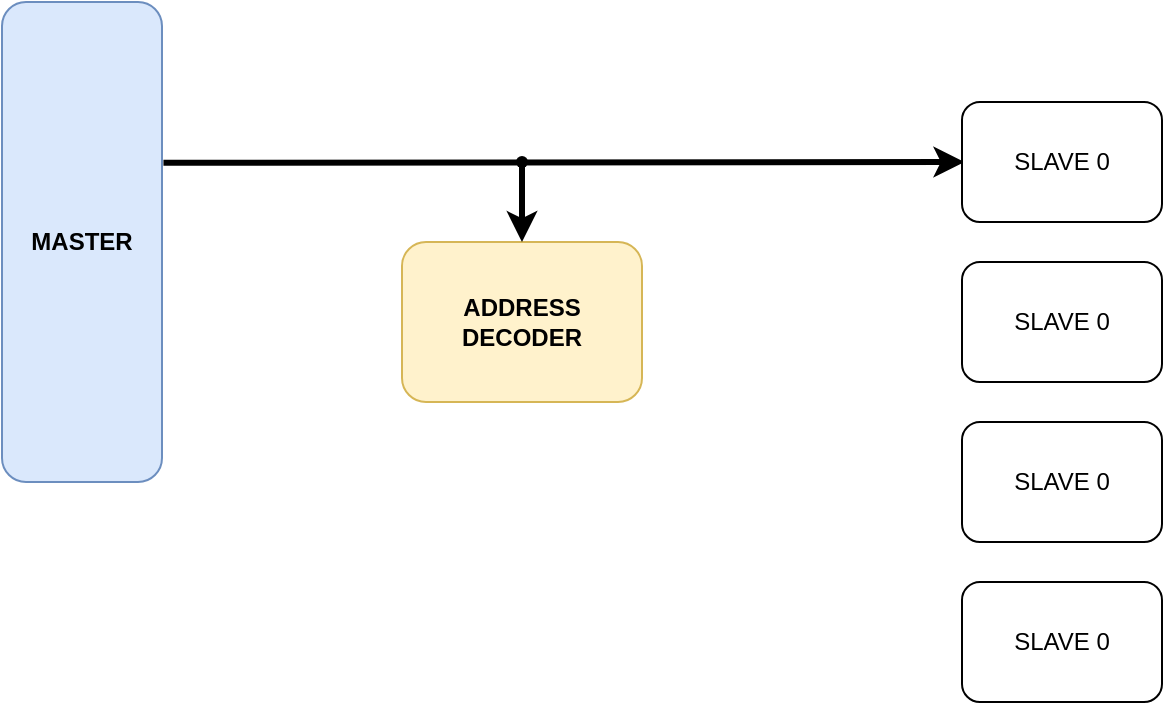
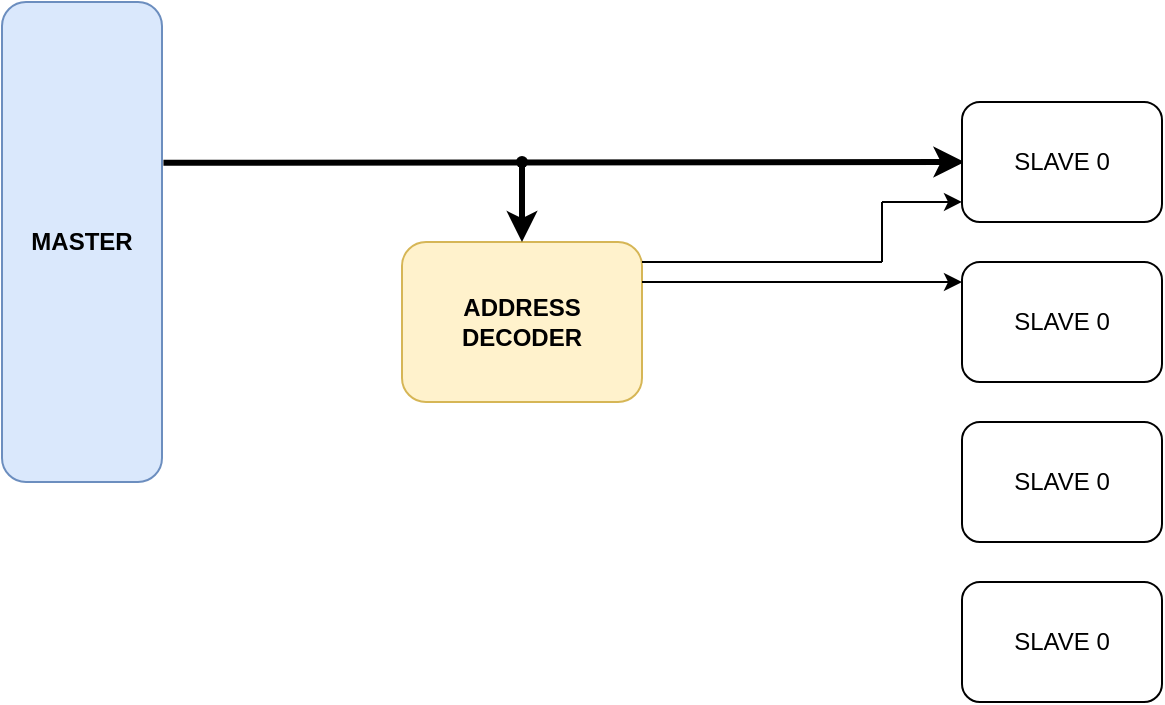
<mxfile host="app.diagrams.net" agent="Mozilla/5.0 (Windows NT 10.0; Win64; x64) AppleWebKit/537.36 (KHTML, like Gecko) Chrome/144.0.0.0 Safari/537.36 Edg/144.0.0.0" pages="4">
  <diagram id="00dOMP4ly3Yvcw6Omt_P" name="AHB Block Diagram">
-     <mxGraphModel dx="437" dy="631" grid="1" gridSize="10" guides="1" tooltips="1" connect="1" arrows="1" fold="1" page="1" pageScale="1" pageWidth="850" pageHeight="1100" math="0" shadow="0">
+     <mxGraphModel dx="176" dy="254" grid="1" gridSize="10" guides="1" tooltips="1" connect="1" arrows="1" fold="1" page="1" pageScale="1" pageWidth="850" pageHeight="1100" math="0" shadow="0">
      <root>
        <mxCell id="0" />
        <mxCell id="1" parent="0" />
        <mxCell id="WVtcaOnAu4kVJNJomXHp-1" parent="1" style="rounded=1;whiteSpace=wrap;html=1;fillColor=#dae8fc;strokeColor=#6c8ebf;" value="&lt;b&gt;MASTER&lt;/b&gt;" vertex="1">
          <mxGeometry height="240" width="80" x="80" y="160" as="geometry" />
        </mxCell>
        <mxCell id="WVtcaOnAu4kVJNJomXHp-3" parent="1" style="rounded=1;whiteSpace=wrap;html=1;fillColor=#fff2cc;strokeColor=#d6b656;" value="&lt;b&gt;ADDRESS DECODER&lt;/b&gt;" vertex="1">
          <mxGeometry height="80" width="120" x="280" y="280" as="geometry" />
        </mxCell>
        <mxCell id="WVtcaOnAu4kVJNJomXHp-4" edge="1" parent="1" source="WVtcaOnAu4kVJNJomXHp-1" style="endArrow=classic;html=1;rounded=0;exitX=1.009;exitY=0.335;exitDx=0;exitDy=0;exitPerimeter=0;strokeWidth=3;" value="">
          <mxGeometry height="50" relative="1" width="50" as="geometry">
            <mxPoint x="170" y="240" as="sourcePoint" />
            <mxPoint x="561.2" y="240" as="targetPoint" />
          </mxGeometry>
        </mxCell>
        <mxCell id="WVtcaOnAu4kVJNJomXHp-5" edge="1" parent="1" source="WVtcaOnAu4kVJNJomXHp-6" style="endArrow=classic;html=1;rounded=0;entryX=0.5;entryY=0;entryDx=0;entryDy=0;strokeWidth=3;" target="WVtcaOnAu4kVJNJomXHp-3" value="">
          <mxGeometry height="50" relative="1" width="50" as="geometry">
            <mxPoint x="340" y="240" as="sourcePoint" />
            <mxPoint x="390" y="190" as="targetPoint" />
          </mxGeometry>
        </mxCell>
        <mxCell id="WVtcaOnAu4kVJNJomXHp-6" parent="1" style="shape=waypoint;sketch=0;fillStyle=solid;size=6;pointerEvents=1;points=[];fillColor=none;resizable=0;rotatable=0;perimeter=centerPerimeter;snapToPoint=1;" value="" vertex="1">
          <mxGeometry height="20" width="20" x="330" y="230" as="geometry" />
        </mxCell>
        <mxCell id="WVtcaOnAu4kVJNJomXHp-7" parent="1" style="rounded=1;whiteSpace=wrap;html=1;" value="SLAVE 0" vertex="1">
          <mxGeometry height="60" width="100" x="560" y="210" as="geometry" />
        </mxCell>
        <mxCell id="WVtcaOnAu4kVJNJomXHp-8" parent="1" style="rounded=1;whiteSpace=wrap;html=1;" value="SLAVE 0" vertex="1">
          <mxGeometry height="60" width="100" x="560" y="290" as="geometry" />
        </mxCell>
        <mxCell id="WVtcaOnAu4kVJNJomXHp-9" parent="1" style="rounded=1;whiteSpace=wrap;html=1;" value="SLAVE 0" vertex="1">
          <mxGeometry height="60" width="100" x="560" y="370" as="geometry" />
        </mxCell>
        <mxCell id="WVtcaOnAu4kVJNJomXHp-10" parent="1" style="rounded=1;whiteSpace=wrap;html=1;" value="SLAVE 0" vertex="1">
          <mxGeometry height="60" width="100" x="560" y="450" as="geometry" />
+         </mxCell>
+         <mxCell id="WVtcaOnAu4kVJNJomXHp-11" edge="1" parent="1" source="WVtcaOnAu4kVJNJomXHp-3" style="endArrow=none;html=1;rounded=0;exitX=1;exitY=0.125;exitDx=0;exitDy=0;exitPerimeter=0;" value="">
+           <mxGeometry height="50" relative="1" width="50" as="geometry">
+             <mxPoint x="410" y="290" as="sourcePoint" />
+             <mxPoint x="520" y="290" as="targetPoint" />
+           </mxGeometry>
+         </mxCell>
+         <mxCell id="WVtcaOnAu4kVJNJomXHp-12" edge="1" parent="1" style="endArrow=none;html=1;rounded=0;" value="">
+           <mxGeometry height="50" relative="1" width="50" as="geometry">
+             <mxPoint x="520" y="290" as="sourcePoint" />
+             <mxPoint x="520" y="260" as="targetPoint" />
+           </mxGeometry>
+         </mxCell>
+         <mxCell id="WVtcaOnAu4kVJNJomXHp-13" edge="1" parent="1" style="endArrow=classic;html=1;rounded=0;entryX=0;entryY=0.833;entryDx=0;entryDy=0;entryPerimeter=0;" target="WVtcaOnAu4kVJNJomXHp-7" value="">
+           <mxGeometry height="50" relative="1" width="50" as="geometry">
+             <mxPoint x="520" y="260" as="sourcePoint" />
+             <mxPoint x="540" y="260" as="targetPoint" />
+           </mxGeometry>
+         </mxCell>
+         <mxCell id="WVtcaOnAu4kVJNJomXHp-16" edge="1" parent="1" style="endArrow=classic;html=1;rounded=0;entryX=0;entryY=0.167;entryDx=0;entryDy=0;entryPerimeter=0;" target="WVtcaOnAu4kVJNJomXHp-8" value="">
+           <mxGeometry height="50" relative="1" width="50" as="geometry">
+             <mxPoint x="400" y="300" as="sourcePoint" />
+             <mxPoint x="490" y="300" as="targetPoint" />
+           </mxGeometry>
        </mxCell>
      </root>
    </mxGraphModel>
  </diagram>
  <diagram name="AHB Interface" id="AxdGKtdG9Rmgfqjtrl1U">
    <mxGraphModel dx="2046" dy="1106" grid="1" gridSize="10" guides="1" tooltips="1" connect="1" arrows="1" fold="1" page="1" pageScale="1" pageWidth="850" pageHeight="1100" math="0" shadow="0">
      <root>
        <mxCell id="0" />
        <mxCell id="1" parent="0" />
        <mxCell id="BZ9neWvH9tw47nREzwFn-1" parent="1" style="rounded=0;whiteSpace=wrap;html=1;" value="&lt;font style=&quot;font-size: 16px;&quot;&gt;&lt;b&gt;Manager&lt;/b&gt;&lt;/font&gt;" vertex="1">
          <mxGeometry height="200" width="120" x="400" y="80" as="geometry" />
        </mxCell>
        <mxCell id="BZ9neWvH9tw47nREzwFn-2" edge="1" parent="1" style="endArrow=classic;html=1;rounded=0;" value="">
          <mxGeometry height="50" relative="1" width="50" as="geometry">
            <mxPoint x="360" y="100" as="sourcePoint" />
            <mxPoint x="400" y="100" as="targetPoint" />
          </mxGeometry>
        </mxCell>
        <mxCell id="BZ9neWvH9tw47nREzwFn-3" edge="1" parent="1" style="endArrow=classic;html=1;rounded=0;" value="">
          <mxGeometry height="50" relative="1" width="50" as="geometry">
            <mxPoint x="360" y="120" as="sourcePoint" />
            <mxPoint x="400" y="120" as="targetPoint" />
          </mxGeometry>
        </mxCell>
        <mxCell id="BZ9neWvH9tw47nREzwFn-4" parent="1" style="text;html=1;whiteSpace=wrap;strokeColor=none;fillColor=none;align=center;verticalAlign=middle;rounded=0;fontStyle=1" value="HCLK" vertex="1">
          <mxGeometry height="20" width="40" x="320" y="90" as="geometry" />
        </mxCell>
        <mxCell id="BZ9neWvH9tw47nREzwFn-5" parent="1" style="text;html=1;whiteSpace=wrap;strokeColor=none;fillColor=none;align=center;verticalAlign=middle;rounded=0;fontStyle=1" value="HRESETn" vertex="1">
          <mxGeometry height="20" width="60" x="300" y="110" as="geometry" />
        </mxCell>
        <mxCell id="BZ9neWvH9tw47nREzwFn-6" parent="1" style="text;html=1;whiteSpace=wrap;strokeColor=none;fillColor=none;align=center;verticalAlign=middle;rounded=0;fontStyle=1" value="HREADY" vertex="1">
          <mxGeometry height="20" width="60" x="300" y="150" as="geometry" />
        </mxCell>
        <mxCell id="BZ9neWvH9tw47nREzwFn-7" edge="1" parent="1" style="endArrow=classic;html=1;rounded=0;" value="">
          <mxGeometry height="50" relative="1" width="50" as="geometry">
            <mxPoint x="360" y="160" as="sourcePoint" />
            <mxPoint x="400" y="160" as="targetPoint" />
          </mxGeometry>
        </mxCell>
        <mxCell id="BZ9neWvH9tw47nREzwFn-8" edge="1" parent="1" style="endArrow=classic;html=1;rounded=0;" value="">
          <mxGeometry height="50" relative="1" width="50" as="geometry">
            <mxPoint x="360" y="180" as="sourcePoint" />
            <mxPoint x="400" y="180" as="targetPoint" />
          </mxGeometry>
        </mxCell>
        <mxCell id="BZ9neWvH9tw47nREzwFn-9" parent="1" style="text;html=1;whiteSpace=wrap;strokeColor=none;fillColor=none;align=center;verticalAlign=middle;rounded=0;fontStyle=1" value="HSELx" vertex="1">
          <mxGeometry height="20" width="60" x="310" y="430" as="geometry" />
        </mxCell>
        <mxCell id="BZ9neWvH9tw47nREzwFn-10" edge="1" parent="1" style="endArrow=classic;html=1;rounded=0;" value="">
          <mxGeometry height="50" relative="1" width="50" as="geometry">
            <mxPoint x="360" y="260" as="sourcePoint" />
            <mxPoint x="400" y="260" as="targetPoint" />
          </mxGeometry>
        </mxCell>
        <mxCell id="BZ9neWvH9tw47nREzwFn-11" parent="1" style="text;html=1;whiteSpace=wrap;strokeColor=none;fillColor=none;align=center;verticalAlign=middle;rounded=0;fontStyle=1" value="HRDATA[31:0]" vertex="1">
          <mxGeometry height="20" width="90" x="270" y="250" as="geometry" />
        </mxCell>
        <mxCell id="BZ9neWvH9tw47nREzwFn-12" edge="1" parent="1" style="endArrow=classic;html=1;rounded=0;" value="">
          <mxGeometry height="50" relative="1" width="50" as="geometry">
            <mxPoint x="520" y="99.83" as="sourcePoint" />
            <mxPoint x="560" y="99.83" as="targetPoint" />
          </mxGeometry>
        </mxCell>
        <mxCell id="BZ9neWvH9tw47nREzwFn-13" edge="1" parent="1" style="endArrow=classic;html=1;rounded=0;" value="">
          <mxGeometry height="50" relative="1" width="50" as="geometry">
            <mxPoint x="520" y="119.83" as="sourcePoint" />
            <mxPoint x="560" y="119.83" as="targetPoint" />
          </mxGeometry>
        </mxCell>
        <mxCell id="BZ9neWvH9tw47nREzwFn-14" edge="1" parent="1" style="endArrow=classic;html=1;rounded=0;" value="">
          <mxGeometry height="50" relative="1" width="50" as="geometry">
            <mxPoint x="520" y="159.83" as="sourcePoint" />
            <mxPoint x="560" y="159.83" as="targetPoint" />
          </mxGeometry>
        </mxCell>
        <mxCell id="BZ9neWvH9tw47nREzwFn-15" edge="1" parent="1" style="endArrow=classic;html=1;rounded=0;" value="">
          <mxGeometry height="50" relative="1" width="50" as="geometry">
            <mxPoint x="520" y="140" as="sourcePoint" />
            <mxPoint x="560" y="140" as="targetPoint" />
          </mxGeometry>
        </mxCell>
        <mxCell id="BZ9neWvH9tw47nREzwFn-16" edge="1" parent="1" style="endArrow=classic;html=1;rounded=0;" value="">
          <mxGeometry height="50" relative="1" width="50" as="geometry">
            <mxPoint x="520" y="179.83" as="sourcePoint" />
            <mxPoint x="560" y="179.83" as="targetPoint" />
          </mxGeometry>
        </mxCell>
        <mxCell id="BZ9neWvH9tw47nREzwFn-17" edge="1" parent="1" style="endArrow=classic;html=1;rounded=0;" value="">
          <mxGeometry height="50" relative="1" width="50" as="geometry">
            <mxPoint x="520" y="200" as="sourcePoint" />
            <mxPoint x="560" y="200" as="targetPoint" />
          </mxGeometry>
        </mxCell>
        <mxCell id="BZ9neWvH9tw47nREzwFn-18" parent="1" style="text;html=1;whiteSpace=wrap;strokeColor=none;fillColor=none;align=center;verticalAlign=middle;rounded=0;fontStyle=1" value="HADDR[31:0]" vertex="1">
          <mxGeometry height="20" width="80" x="560" y="90" as="geometry" />
        </mxCell>
        <mxCell id="BZ9neWvH9tw47nREzwFn-19" parent="1" style="text;html=1;whiteSpace=wrap;strokeColor=none;fillColor=none;align=center;verticalAlign=middle;rounded=0;fontStyle=1" value="HWRITE" vertex="1">
          <mxGeometry height="20" width="60" x="560" y="110" as="geometry" />
        </mxCell>
        <mxCell id="BZ9neWvH9tw47nREzwFn-20" parent="1" style="text;html=1;whiteSpace=wrap;strokeColor=none;fillColor=none;align=center;verticalAlign=middle;rounded=0;fontStyle=1" value="HSIZE[2:0]" vertex="1">
          <mxGeometry height="20" width="70" x="560" y="130" as="geometry" />
        </mxCell>
        <mxCell id="BZ9neWvH9tw47nREzwFn-21" parent="1" style="text;html=1;whiteSpace=wrap;strokeColor=none;fillColor=none;align=center;verticalAlign=middle;rounded=0;fontStyle=1" value="HBURST[2:0]" vertex="1">
          <mxGeometry height="20" width="80" x="560" y="150" as="geometry" />
        </mxCell>
        <mxCell id="BZ9neWvH9tw47nREzwFn-22" parent="1" style="text;html=1;whiteSpace=wrap;strokeColor=none;fillColor=none;align=center;verticalAlign=middle;rounded=0;fontStyle=1" value="HPROT[3:0]" vertex="1">
          <mxGeometry height="20" width="80" x="560" y="170" as="geometry" />
        </mxCell>
        <mxCell id="BZ9neWvH9tw47nREzwFn-23" parent="1" style="text;html=1;whiteSpace=wrap;strokeColor=none;fillColor=none;align=center;verticalAlign=middle;rounded=0;fontStyle=1" value="HTRANS[1:0]" vertex="1">
          <mxGeometry height="20" width="80" x="560" y="190" as="geometry" />
        </mxCell>
        <mxCell id="BZ9neWvH9tw47nREzwFn-24" edge="1" parent="1" style="endArrow=classic;html=1;rounded=0;" value="">
          <mxGeometry height="50" relative="1" width="50" as="geometry">
            <mxPoint x="520" y="220" as="sourcePoint" />
            <mxPoint x="560" y="220" as="targetPoint" />
          </mxGeometry>
        </mxCell>
        <mxCell id="BZ9neWvH9tw47nREzwFn-25" parent="1" style="text;html=1;whiteSpace=wrap;strokeColor=none;fillColor=none;align=center;verticalAlign=middle;rounded=0;fontStyle=1" value="HMASTLOCK" vertex="1">
          <mxGeometry height="20" width="80" x="560" y="210" as="geometry" />
        </mxCell>
        <mxCell id="BZ9neWvH9tw47nREzwFn-26" edge="1" parent="1" style="endArrow=classic;html=1;rounded=0;" value="">
          <mxGeometry height="50" relative="1" width="50" as="geometry">
            <mxPoint x="520" y="259.8" as="sourcePoint" />
            <mxPoint x="560" y="259.8" as="targetPoint" />
          </mxGeometry>
        </mxCell>
        <mxCell id="BZ9neWvH9tw47nREzwFn-30" parent="1" style="text;html=1;whiteSpace=wrap;strokeColor=none;fillColor=none;align=center;verticalAlign=middle;rounded=0;fontStyle=1" value="HWDATA[31:0]" vertex="1">
          <mxGeometry height="20" width="95" x="555" y="250" as="geometry" />
        </mxCell>
        <mxCell id="BZ9neWvH9tw47nREzwFn-31" parent="1" style="rounded=0;whiteSpace=wrap;html=1;" value="&lt;font style=&quot;font-size: 16px;&quot;&gt;&lt;b&gt;Slave&lt;/b&gt;&lt;/font&gt;" vertex="1">
          <mxGeometry height="320" width="120" x="400" y="360" as="geometry" />
        </mxCell>
        <mxCell id="BZ9neWvH9tw47nREzwFn-32" edge="1" parent="1" style="endArrow=classic;html=1;rounded=0;" value="">
          <mxGeometry height="50" relative="1" width="50" as="geometry">
            <mxPoint x="360" y="489.83" as="sourcePoint" />
            <mxPoint x="400" y="489.83" as="targetPoint" />
          </mxGeometry>
        </mxCell>
        <mxCell id="BZ9neWvH9tw47nREzwFn-33" edge="1" parent="1" style="endArrow=classic;html=1;rounded=0;" value="">
          <mxGeometry height="50" relative="1" width="50" as="geometry">
            <mxPoint x="360" y="509.83" as="sourcePoint" />
            <mxPoint x="400" y="509.83" as="targetPoint" />
          </mxGeometry>
        </mxCell>
        <mxCell id="BZ9neWvH9tw47nREzwFn-34" edge="1" parent="1" style="endArrow=classic;html=1;rounded=0;" value="">
          <mxGeometry height="50" relative="1" width="50" as="geometry">
            <mxPoint x="360" y="549.83" as="sourcePoint" />
            <mxPoint x="400" y="549.83" as="targetPoint" />
          </mxGeometry>
        </mxCell>
        <mxCell id="BZ9neWvH9tw47nREzwFn-35" edge="1" parent="1" style="endArrow=classic;html=1;rounded=0;" value="">
          <mxGeometry height="50" relative="1" width="50" as="geometry">
            <mxPoint x="360" y="530" as="sourcePoint" />
            <mxPoint x="400" y="530" as="targetPoint" />
          </mxGeometry>
        </mxCell>
        <mxCell id="BZ9neWvH9tw47nREzwFn-36" edge="1" parent="1" style="endArrow=classic;html=1;rounded=0;" value="">
          <mxGeometry height="50" relative="1" width="50" as="geometry">
            <mxPoint x="360" y="569.83" as="sourcePoint" />
            <mxPoint x="400" y="569.83" as="targetPoint" />
          </mxGeometry>
        </mxCell>
        <mxCell id="BZ9neWvH9tw47nREzwFn-37" edge="1" parent="1" style="endArrow=classic;html=1;rounded=0;" value="">
          <mxGeometry height="50" relative="1" width="50" as="geometry">
            <mxPoint x="360" y="590" as="sourcePoint" />
            <mxPoint x="400" y="590" as="targetPoint" />
          </mxGeometry>
        </mxCell>
        <mxCell id="BZ9neWvH9tw47nREzwFn-38" parent="1" style="text;html=1;whiteSpace=wrap;strokeColor=none;fillColor=none;align=center;verticalAlign=middle;rounded=0;fontStyle=1" value="HADDR[31:0]" vertex="1">
          <mxGeometry height="20" width="80" x="275" y="480" as="geometry" />
        </mxCell>
        <mxCell id="BZ9neWvH9tw47nREzwFn-39" parent="1" style="text;html=1;whiteSpace=wrap;strokeColor=none;fillColor=none;align=center;verticalAlign=middle;rounded=0;fontStyle=1" value="HWRITE" vertex="1">
          <mxGeometry height="20" width="60" x="275" y="500" as="geometry" />
        </mxCell>
        <mxCell id="BZ9neWvH9tw47nREzwFn-40" parent="1" style="text;html=1;whiteSpace=wrap;strokeColor=none;fillColor=none;align=center;verticalAlign=middle;rounded=0;fontStyle=1" value="HSIZE[2:0]" vertex="1">
          <mxGeometry height="20" width="70" x="275" y="520" as="geometry" />
        </mxCell>
        <mxCell id="BZ9neWvH9tw47nREzwFn-41" parent="1" style="text;html=1;whiteSpace=wrap;strokeColor=none;fillColor=none;align=center;verticalAlign=middle;rounded=0;fontStyle=1" value="HBURST[2:0]" vertex="1">
          <mxGeometry height="20" width="80" x="275" y="540" as="geometry" />
        </mxCell>
        <mxCell id="BZ9neWvH9tw47nREzwFn-42" parent="1" style="text;html=1;whiteSpace=wrap;strokeColor=none;fillColor=none;align=center;verticalAlign=middle;rounded=0;fontStyle=1" value="HPROT[3:0]" vertex="1">
          <mxGeometry height="20" width="80" x="275" y="560" as="geometry" />
        </mxCell>
        <mxCell id="BZ9neWvH9tw47nREzwFn-43" parent="1" style="text;html=1;whiteSpace=wrap;strokeColor=none;fillColor=none;align=center;verticalAlign=middle;rounded=0;fontStyle=1" value="HTRANS[1:0]" vertex="1">
          <mxGeometry height="20" width="80" x="275" y="580" as="geometry" />
        </mxCell>
        <mxCell id="BZ9neWvH9tw47nREzwFn-44" edge="1" parent="1" style="endArrow=classic;html=1;rounded=0;" value="">
          <mxGeometry height="50" relative="1" width="50" as="geometry">
            <mxPoint x="360" y="610" as="sourcePoint" />
            <mxPoint x="400" y="610" as="targetPoint" />
          </mxGeometry>
        </mxCell>
        <mxCell id="BZ9neWvH9tw47nREzwFn-45" parent="1" style="text;html=1;whiteSpace=wrap;strokeColor=none;fillColor=none;align=center;verticalAlign=middle;rounded=0;fontStyle=1" value="HMASTLOCK" vertex="1">
          <mxGeometry height="20" width="80" x="275" y="600" as="geometry" />
        </mxCell>
        <mxCell id="BZ9neWvH9tw47nREzwFn-46" edge="1" parent="1" style="endArrow=classic;html=1;rounded=0;" value="">
          <mxGeometry height="50" relative="1" width="50" as="geometry">
            <mxPoint x="360" y="649.8" as="sourcePoint" />
            <mxPoint x="400" y="649.8" as="targetPoint" />
          </mxGeometry>
        </mxCell>
        <mxCell id="BZ9neWvH9tw47nREzwFn-47" parent="1" style="text;html=1;whiteSpace=wrap;strokeColor=none;fillColor=none;align=center;verticalAlign=middle;rounded=0;fontStyle=1" value="HWDATA[31:0]" vertex="1">
          <mxGeometry height="20" width="95" x="270" y="640" as="geometry" />
        </mxCell>
        <mxCell id="BZ9neWvH9tw47nREzwFn-49" edge="1" parent="1" style="endArrow=classic;html=1;rounded=0;" value="">
          <mxGeometry height="50" relative="1" width="50" as="geometry">
            <mxPoint x="360" y="380" as="sourcePoint" />
            <mxPoint x="400" y="380" as="targetPoint" />
          </mxGeometry>
        </mxCell>
        <mxCell id="BZ9neWvH9tw47nREzwFn-50" edge="1" parent="1" style="endArrow=classic;html=1;rounded=0;" value="">
          <mxGeometry height="50" relative="1" width="50" as="geometry">
            <mxPoint x="360" y="400" as="sourcePoint" />
            <mxPoint x="400" y="400" as="targetPoint" />
          </mxGeometry>
        </mxCell>
        <mxCell id="BZ9neWvH9tw47nREzwFn-51" edge="1" parent="1" style="endArrow=classic;html=1;rounded=0;" value="">
          <mxGeometry height="50" relative="1" width="50" as="geometry">
            <mxPoint x="360" y="440" as="sourcePoint" />
            <mxPoint x="400" y="440" as="targetPoint" />
          </mxGeometry>
        </mxCell>
        <mxCell id="BZ9neWvH9tw47nREzwFn-52" parent="1" style="text;html=1;whiteSpace=wrap;strokeColor=none;fillColor=none;align=center;verticalAlign=middle;rounded=0;fontStyle=1" value="HCLK" vertex="1">
          <mxGeometry height="20" width="40" x="320" y="370" as="geometry" />
        </mxCell>
        <mxCell id="BZ9neWvH9tw47nREzwFn-53" parent="1" style="text;html=1;whiteSpace=wrap;strokeColor=none;fillColor=none;align=center;verticalAlign=middle;rounded=0;fontStyle=1" value="HRESETn" vertex="1">
          <mxGeometry height="20" width="60" x="300" y="390" as="geometry" />
        </mxCell>
        <mxCell id="BZ9neWvH9tw47nREzwFn-54" parent="1" style="shape=curlyBracket;whiteSpace=wrap;html=1;rounded=1;labelPosition=left;verticalLabelPosition=middle;align=right;verticalAlign=middle;" value="" vertex="1">
          <mxGeometry height="35" width="20" x="230" y="90" as="geometry" />
        </mxCell>
        <mxCell id="BZ9neWvH9tw47nREzwFn-55" parent="1" style="text;html=1;whiteSpace=wrap;strokeColor=none;fillColor=none;align=center;verticalAlign=middle;rounded=0;fontStyle=1" value="HRESP" vertex="1">
          <mxGeometry height="20" width="60" x="300" y="170" as="geometry" />
        </mxCell>
        <mxCell id="BZ9neWvH9tw47nREzwFn-56" parent="1" style="shape=curlyBracket;whiteSpace=wrap;html=1;rounded=1;labelPosition=left;verticalLabelPosition=middle;align=right;verticalAlign=middle;" value="" vertex="1">
          <mxGeometry height="140" width="20" x="230" y="480" as="geometry" />
        </mxCell>
        <mxCell id="BZ9neWvH9tw47nREzwFn-57" parent="1" style="shape=curlyBracket;whiteSpace=wrap;html=1;rounded=1;labelPosition=left;verticalLabelPosition=middle;align=right;verticalAlign=middle;rotation=-180;" value="" vertex="1">
          <mxGeometry height="135" width="20" x="650" y="90" as="geometry" />
        </mxCell>
        <mxCell id="BZ9neWvH9tw47nREzwFn-58" parent="1" style="text;html=1;whiteSpace=wrap;strokeColor=none;fillColor=none;align=center;verticalAlign=middle;rounded=0;fontStyle=1" value="&lt;span style=&quot;font-weight: normal;&quot;&gt;Global signals&lt;/span&gt;" vertex="1">
          <mxGeometry height="20" width="90" x="140" y="97.5" as="geometry" />
        </mxCell>
        <mxCell id="BZ9neWvH9tw47nREzwFn-59" parent="1" style="text;html=1;whiteSpace=wrap;strokeColor=none;fillColor=none;align=center;verticalAlign=middle;rounded=0;fontStyle=1" value="&lt;span style=&quot;font-weight: normal;&quot;&gt;Transfer response&lt;/span&gt;" vertex="1">
          <mxGeometry height="20" width="60" x="170" y="157.5" as="geometry" />
        </mxCell>
        <mxCell id="BZ9neWvH9tw47nREzwFn-60" parent="1" style="text;html=1;whiteSpace=wrap;strokeColor=none;fillColor=none;align=center;verticalAlign=middle;rounded=0;fontStyle=1" value="&lt;span style=&quot;font-weight: normal;&quot;&gt;Data&lt;/span&gt;" vertex="1">
          <mxGeometry height="20" width="60" x="170" y="250" as="geometry" />
        </mxCell>
        <mxCell id="BZ9neWvH9tw47nREzwFn-61" parent="1" style="text;html=1;whiteSpace=wrap;strokeColor=none;fillColor=none;align=center;verticalAlign=middle;rounded=0;fontStyle=1" value="&lt;span style=&quot;font-weight: normal;&quot;&gt;Address and control signals&lt;/span&gt;" vertex="1">
          <mxGeometry height="37.5" width="90" x="670" y="140" as="geometry" />
        </mxCell>
        <mxCell id="BZ9neWvH9tw47nREzwFn-62" parent="1" style="shape=curlyBracket;whiteSpace=wrap;html=1;rounded=1;labelPosition=left;verticalLabelPosition=middle;align=right;verticalAlign=middle;" value="" vertex="1">
          <mxGeometry height="35" width="20" x="230" y="150" as="geometry" />
        </mxCell>
        <mxCell id="BZ9neWvH9tw47nREzwFn-63" parent="1" style="text;html=1;whiteSpace=wrap;strokeColor=none;fillColor=none;align=center;verticalAlign=middle;rounded=0;fontStyle=1" value="&lt;span style=&quot;font-weight: normal;&quot;&gt;Address and control signals&lt;/span&gt;" vertex="1">
          <mxGeometry height="37.5" width="90" x="140" y="531" as="geometry" />
        </mxCell>
        <mxCell id="BZ9neWvH9tw47nREzwFn-64" parent="1" style="shape=curlyBracket;whiteSpace=wrap;html=1;rounded=1;labelPosition=left;verticalLabelPosition=middle;align=right;verticalAlign=middle;" value="" vertex="1">
          <mxGeometry height="35" width="20" x="230" y="375" as="geometry" />
        </mxCell>
        <mxCell id="BZ9neWvH9tw47nREzwFn-65" parent="1" style="text;html=1;whiteSpace=wrap;strokeColor=none;fillColor=none;align=center;verticalAlign=middle;rounded=0;fontStyle=1" value="&lt;span style=&quot;font-weight: normal;&quot;&gt;Global signals&lt;/span&gt;" vertex="1">
          <mxGeometry height="20" width="90" x="140" y="382.5" as="geometry" />
        </mxCell>
        <mxCell id="BZ9neWvH9tw47nREzwFn-66" parent="1" style="text;html=1;whiteSpace=wrap;strokeColor=none;fillColor=none;align=center;verticalAlign=middle;rounded=0;fontStyle=1" value="&lt;span style=&quot;font-weight: normal;&quot;&gt;Data&lt;/span&gt;" vertex="1">
          <mxGeometry height="20" width="60" x="670" y="250" as="geometry" />
        </mxCell>
        <mxCell id="BZ9neWvH9tw47nREzwFn-67" edge="1" parent="1" style="endArrow=classic;html=1;rounded=0;" value="">
          <mxGeometry height="50" relative="1" width="50" as="geometry">
            <mxPoint x="520" y="490" as="sourcePoint" />
            <mxPoint x="560" y="490" as="targetPoint" />
          </mxGeometry>
        </mxCell>
        <mxCell id="BZ9neWvH9tw47nREzwFn-68" edge="1" parent="1" style="endArrow=classic;html=1;rounded=0;" value="">
          <mxGeometry height="50" relative="1" width="50" as="geometry">
            <mxPoint x="520" y="510" as="sourcePoint" />
            <mxPoint x="560" y="510" as="targetPoint" />
          </mxGeometry>
        </mxCell>
        <mxCell id="BZ9neWvH9tw47nREzwFn-69" parent="1" style="text;html=1;whiteSpace=wrap;strokeColor=none;fillColor=none;align=center;verticalAlign=middle;rounded=0;fontStyle=1" value="HREADY" vertex="1">
          <mxGeometry height="20" width="60" x="560" y="480" as="geometry" />
        </mxCell>
        <mxCell id="BZ9neWvH9tw47nREzwFn-70" parent="1" style="text;html=1;whiteSpace=wrap;strokeColor=none;fillColor=none;align=center;verticalAlign=middle;rounded=0;fontStyle=1" value="HRESP" vertex="1">
          <mxGeometry height="20" width="60" x="560" y="500" as="geometry" />
        </mxCell>
        <mxCell id="BZ9neWvH9tw47nREzwFn-71" edge="1" parent="1" style="endArrow=classic;html=1;rounded=0;" value="">
          <mxGeometry height="50" relative="1" width="50" as="geometry">
            <mxPoint x="520" y="649.6600000000001" as="sourcePoint" />
            <mxPoint x="560" y="649.6600000000001" as="targetPoint" />
          </mxGeometry>
        </mxCell>
        <mxCell id="BZ9neWvH9tw47nREzwFn-72" parent="1" style="text;html=1;whiteSpace=wrap;strokeColor=none;fillColor=none;align=center;verticalAlign=middle;rounded=0;fontStyle=1" value="HRDATA[31:0]" vertex="1">
          <mxGeometry height="20" width="90" x="560" y="640" as="geometry" />
        </mxCell>
        <mxCell id="BZ9neWvH9tw47nREzwFn-73" parent="1" style="text;html=1;whiteSpace=wrap;strokeColor=none;fillColor=none;align=center;verticalAlign=middle;rounded=0;fontStyle=1" value="&lt;span style=&quot;font-weight: normal;&quot;&gt;Data&lt;/span&gt;" vertex="1">
          <mxGeometry height="20" width="60" x="155" y="640" as="geometry" />
        </mxCell>
        <mxCell id="BZ9neWvH9tw47nREzwFn-74" parent="1" style="text;html=1;whiteSpace=wrap;strokeColor=none;fillColor=none;align=center;verticalAlign=middle;rounded=0;fontStyle=1" value="&lt;span style=&quot;font-weight: normal;&quot;&gt;Data&lt;/span&gt;" vertex="1">
          <mxGeometry height="20" width="50" x="675" y="640" as="geometry" />
        </mxCell>
        <mxCell id="BZ9neWvH9tw47nREzwFn-75" parent="1" style="text;html=1;whiteSpace=wrap;strokeColor=none;fillColor=none;align=center;verticalAlign=middle;rounded=0;fontStyle=1" value="&lt;span style=&quot;font-weight: normal;&quot;&gt;Transfer response&lt;/span&gt;" vertex="1">
          <mxGeometry height="20" width="60" x="670" y="487.5" as="geometry" />
        </mxCell>
        <mxCell id="BZ9neWvH9tw47nREzwFn-76" parent="1" style="shape=curlyBracket;whiteSpace=wrap;html=1;rounded=1;labelPosition=left;verticalLabelPosition=middle;align=right;verticalAlign=middle;rotation=-180;" value="" vertex="1">
          <mxGeometry height="35" width="20" x="640" y="480" as="geometry" />
        </mxCell>
        <mxCell id="BZ9neWvH9tw47nREzwFn-77" parent="1" style="text;html=1;whiteSpace=wrap;strokeColor=none;fillColor=none;align=center;verticalAlign=middle;rounded=0;fontStyle=1" value="&lt;span style=&quot;font-weight: normal;&quot;&gt;Select signal&lt;/span&gt;" vertex="1">
          <mxGeometry height="20" width="90" x="140" y="430" as="geometry" />
        </mxCell>
      </root>
    </mxGraphModel>
  </diagram>
  <diagram id="Hd4ECfvz_bm4RMetZK8C" name="Master Interface">
    <mxGraphModel dx="764" dy="1105" grid="1" gridSize="10" guides="1" tooltips="1" connect="1" arrows="1" fold="1" page="1" pageScale="1" pageWidth="850" pageHeight="1100" math="0" shadow="0">
      <root>
        <mxCell id="0" />
        <mxCell id="1" parent="0" />
      </root>
    </mxGraphModel>
  </diagram>
  <diagram id="AYzUWjTrgIps4r00h7mQ" name="Master FSM">
    <mxGraphModel dx="437" dy="631" grid="1" gridSize="10" guides="1" tooltips="1" connect="1" arrows="1" fold="1" page="1" pageScale="1" pageWidth="850" pageHeight="1100" math="0" shadow="0">
      <root>
        <mxCell id="0" />
        <mxCell id="1" parent="0" />
        <mxCell id="gUlQ52oibdo8bB1fHUDe-6" edge="1" parent="1" source="gUlQ52oibdo8bB1fHUDe-1" style="edgeStyle=orthogonalEdgeStyle;rounded=0;orthogonalLoop=1;jettySize=auto;html=1;exitX=1;exitY=0.5;exitDx=0;exitDy=0;entryX=0;entryY=0.5;entryDx=0;entryDy=0;" target="gUlQ52oibdo8bB1fHUDe-2">
          <mxGeometry relative="1" as="geometry" />
        </mxCell>
        <mxCell id="gUlQ52oibdo8bB1fHUDe-8" edge="1" parent="1" source="gUlQ52oibdo8bB1fHUDe-1" style="edgeStyle=orthogonalEdgeStyle;rounded=0;orthogonalLoop=1;jettySize=auto;html=1;entryX=0.5;entryY=0;entryDx=0;entryDy=0;" target="gUlQ52oibdo8bB1fHUDe-5">
          <mxGeometry relative="1" as="geometry" />
        </mxCell>
        <mxCell id="gUlQ52oibdo8bB1fHUDe-1" parent="1" style="ellipse;whiteSpace=wrap;html=1;" value="IDLE" vertex="1">
          <mxGeometry height="80" width="120" x="200" y="200" as="geometry" />
        </mxCell>
        <mxCell id="gUlQ52oibdo8bB1fHUDe-7" edge="1" parent="1" source="gUlQ52oibdo8bB1fHUDe-2" style="edgeStyle=orthogonalEdgeStyle;rounded=0;orthogonalLoop=1;jettySize=auto;html=1;entryX=0.5;entryY=0;entryDx=0;entryDy=0;" target="gUlQ52oibdo8bB1fHUDe-3">
          <mxGeometry relative="1" as="geometry" />
        </mxCell>
        <mxCell id="gUlQ52oibdo8bB1fHUDe-2" parent="1" style="ellipse;whiteSpace=wrap;html=1;" value="WR_ADDR_PHASE" vertex="1">
          <mxGeometry height="80" width="120" x="440" y="200" as="geometry" />
        </mxCell>
        <mxCell id="gUlQ52oibdo8bB1fHUDe-10" edge="1" parent="1" source="gUlQ52oibdo8bB1fHUDe-3" style="edgeStyle=orthogonalEdgeStyle;rounded=0;orthogonalLoop=1;jettySize=auto;html=1;entryX=0.5;entryY=0;entryDx=0;entryDy=0;" target="gUlQ52oibdo8bB1fHUDe-9">
          <mxGeometry relative="1" as="geometry" />
        </mxCell>
        <mxCell id="8WBKzOnGMAMBHIHuB8Qa-4" edge="1" parent="1" source="gUlQ52oibdo8bB1fHUDe-3" style="edgeStyle=orthogonalEdgeStyle;rounded=0;orthogonalLoop=1;jettySize=auto;html=1;entryX=1;entryY=0.5;entryDx=0;entryDy=0;" target="gUlQ52oibdo8bB1fHUDe-5">
          <mxGeometry relative="1" as="geometry" />
        </mxCell>
        <mxCell id="gUlQ52oibdo8bB1fHUDe-3" parent="1" style="ellipse;whiteSpace=wrap;html=1;" value="WR_DATA_PHASE" vertex="1">
          <mxGeometry height="80" width="120" x="440" y="360" as="geometry" />
        </mxCell>
        <mxCell id="gUlQ52oibdo8bB1fHUDe-11" edge="1" parent="1" source="gUlQ52oibdo8bB1fHUDe-4" style="edgeStyle=orthogonalEdgeStyle;rounded=0;orthogonalLoop=1;jettySize=auto;html=1;entryX=0;entryY=0.5;entryDx=0;entryDy=0;" target="gUlQ52oibdo8bB1fHUDe-9">
          <mxGeometry relative="1" as="geometry" />
        </mxCell>
        <mxCell id="8WBKzOnGMAMBHIHuB8Qa-6" edge="1" parent="1" source="gUlQ52oibdo8bB1fHUDe-4" style="edgeStyle=orthogonalEdgeStyle;rounded=0;orthogonalLoop=1;jettySize=auto;html=1;exitX=0;exitY=0.5;exitDx=0;exitDy=0;entryX=0;entryY=0.5;entryDx=0;entryDy=0;" target="gUlQ52oibdo8bB1fHUDe-1">
          <mxGeometry relative="1" as="geometry">
            <Array as="points">
              <mxPoint x="160.03" y="560.03" />
              <mxPoint x="160.03" y="240.03" />
            </Array>
          </mxGeometry>
        </mxCell>
        <mxCell id="gUlQ52oibdo8bB1fHUDe-4" parent="1" style="ellipse;whiteSpace=wrap;html=1;" value="RD_DATA_PHASE" vertex="1">
          <mxGeometry height="80" width="120" x="200" y="520" as="geometry" />
        </mxCell>
        <mxCell id="8WBKzOnGMAMBHIHuB8Qa-3" edge="1" parent="1" source="gUlQ52oibdo8bB1fHUDe-5" style="edgeStyle=orthogonalEdgeStyle;rounded=0;orthogonalLoop=1;jettySize=auto;html=1;" target="gUlQ52oibdo8bB1fHUDe-4" value="">
          <mxGeometry relative="1" as="geometry" />
        </mxCell>
        <mxCell id="gUlQ52oibdo8bB1fHUDe-5" parent="1" style="ellipse;whiteSpace=wrap;html=1;" value="RD_ADDR_PHASE" vertex="1">
          <mxGeometry height="80" width="120" x="200" y="360" as="geometry" />
        </mxCell>
        <mxCell id="gUlQ52oibdo8bB1fHUDe-9" parent="1" style="ellipse;whiteSpace=wrap;html=1;" value="WAIT_STATE" vertex="1">
          <mxGeometry height="80" width="120" x="440" y="520" as="geometry" />
        </mxCell>
        <mxCell id="8WBKzOnGMAMBHIHuB8Qa-1" edge="1" parent="1" source="gUlQ52oibdo8bB1fHUDe-5" style="endArrow=classic;html=1;rounded=0;entryX=0;entryY=0;entryDx=0;entryDy=0;exitX=1;exitY=1;exitDx=0;exitDy=0;" target="gUlQ52oibdo8bB1fHUDe-9" value="">
          <mxGeometry height="50" relative="1" width="50" as="geometry">
            <mxPoint x="350" y="490" as="sourcePoint" />
            <mxPoint x="400" y="440" as="targetPoint" />
          </mxGeometry>
        </mxCell>
        <mxCell id="8WBKzOnGMAMBHIHuB8Qa-5" edge="1" parent="1" source="gUlQ52oibdo8bB1fHUDe-3" style="endArrow=classic;html=1;rounded=0;exitX=0;exitY=0;exitDx=0;exitDy=0;entryX=1;entryY=1;entryDx=0;entryDy=0;" target="gUlQ52oibdo8bB1fHUDe-1" value="">
          <mxGeometry height="50" relative="1" width="50" as="geometry">
            <mxPoint x="370" y="340" as="sourcePoint" />
            <mxPoint x="420" y="290" as="targetPoint" />
          </mxGeometry>
        </mxCell>
      </root>
    </mxGraphModel>
  </diagram>
</mxfile>
